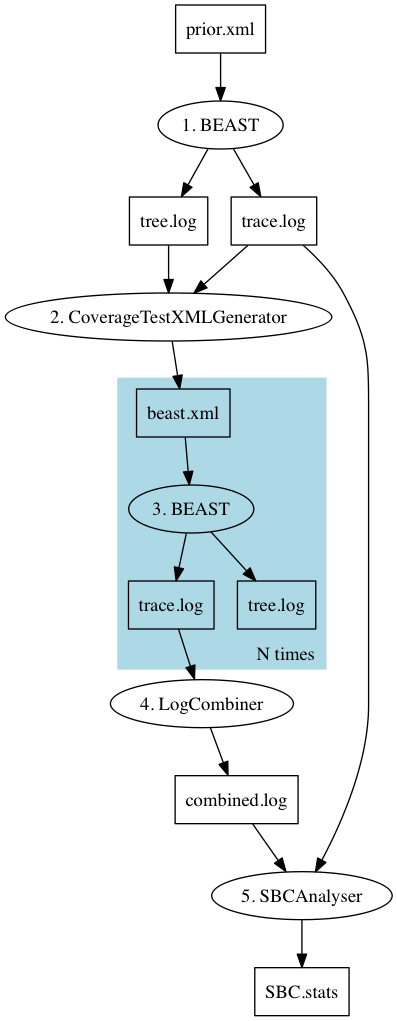
Earlier version of the Graphviz export figures/operatorTest2.png (rbouckaert/DeveloperManual). Its source is kept beside it as figures/operatorTest2.dot.
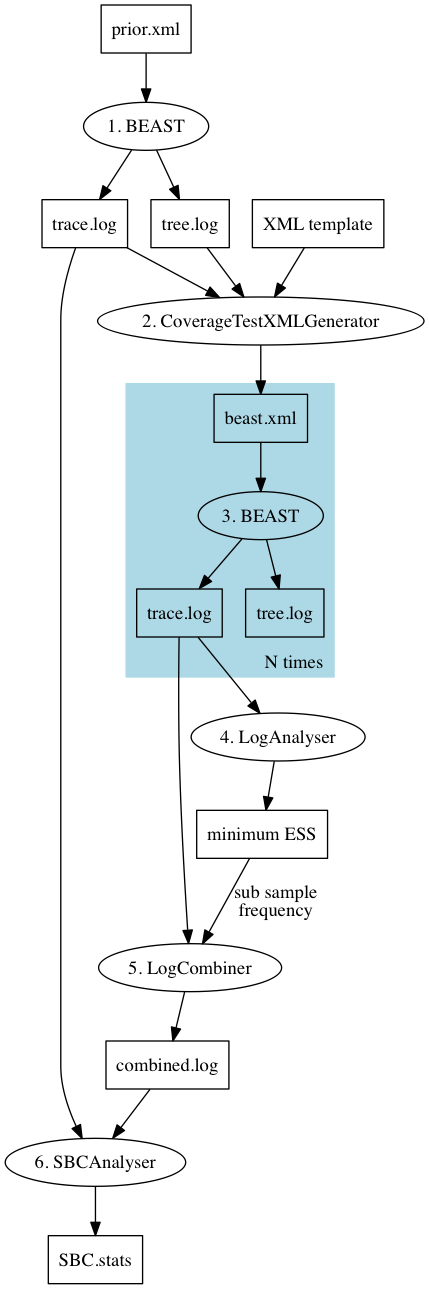
The same file after the commit.

What changed in the source:
```diff
@@ -6,12 +6,15 @@
 	treelogs [shape=box, label="tree.log"];
 	beast_xml [shape=box, label="beast.xml"];
 	combined  [shape=box, label="combined.log"];
+	template  [shape=box, label="XML template"];
+	minESS  [shape=box, label="minimum ESS"];
 
 	BEAST [label="1. BEAST"];
 	CoverageTestXMLGenerator [label="2. CoverageTestXMLGenerator"]
 	BEAST2 [label="3. BEAST"];
-	logcombiner [label="4. LogCombiner"];
-	CoverageCalculator [label="5. SBCAnalyser"];
+	loganalyser [label="4. LogAnalyser"];
+	logcombiner [label="5. LogCombiner"];
+	SBCAnalyser [label="6. SBCAnalyser"];
 
 
 	sbc_stats [shape=box, label="SBC.stats"];
@@ -19,6 +22,7 @@
 	BEAST -> tree_log;
 	trace_log -> CoverageTestXMLGenerator;
 	tree_log -> CoverageTestXMLGenerator;
+	template -> CoverageTestXMLGenerator;
 	CoverageTestXMLGenerator -> beast_xml
 	subgraph cluster0 {
 		beast_xml -> BEAST2;
@@ -30,6 +34,8 @@
 		style=filled;
 		color=lightblue;
 			}
-	tracelogs -> logcombiner -> combined -> CoverageCalculator -> sbc_stats;
-	trace_log -> CoverageCalculator;
+	tracelogs -> logcombiner -> combined -> SBCAnalyser -> sbc_stats;
+	trace_log -> SBCAnalyser;
+	tracelogs -> loganalyser -> minESS;
+	minESS ->  logcombiner [label="sub sample\nfrequency"];
  }
```
